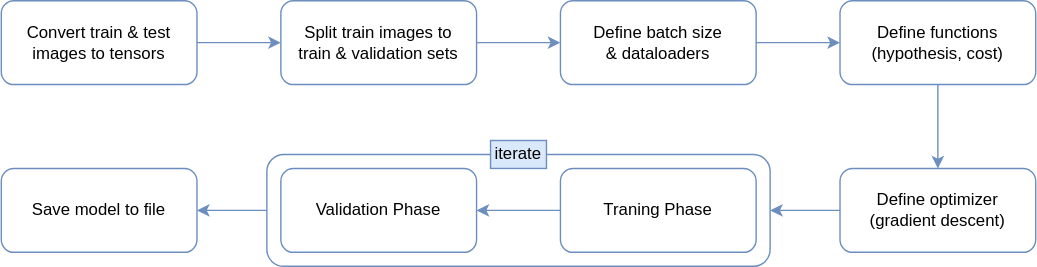
This is images/logistic_regression.svg from vuanhtuan1012/deep-learning-with-pytorch, a draw.io export, as it was before one commit. Source tidied: cells renumbered, new cells last; positions are measured from the earlier drawing's top-left corner, leaving out a move shared by most shapes.
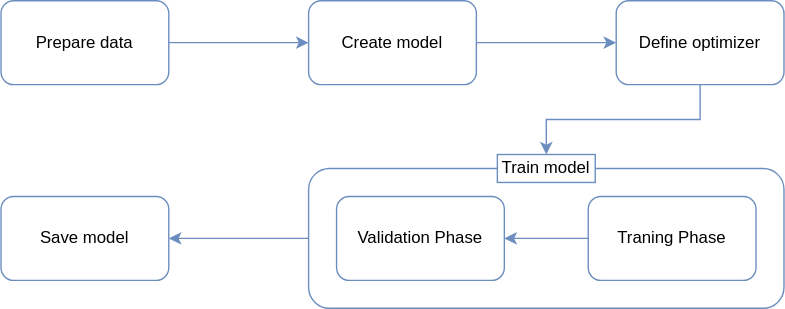
After the commit.

Commit message:
restructure logistic regression

Diff of the diagram source:
```diff
@@ -2,59 +2,44 @@
   <root>
     <mxCell id="0" />
     <mxCell id="1" parent="0" />
-    <mxCell id="2" style="group;" parent="1" vertex="1">
-      <mxGeometry width="740" height="190" as="geometry" />
-    </mxCell>
-    <mxCell id="3" value="Convert train &amp;amp; test images to tensors" style="rounded=1;whiteSpace=wrap;html=1;strokeColor=#6c8ebf;fillColor=none;" parent="2" vertex="1">
-      <mxGeometry width="140" height="60" as="geometry" />
+    <mxCell id="3" value="Prepare data" style="rounded=1;whiteSpace=wrap;html=1;strokeColor=#6c8ebf;fillColor=none;" parent="1" vertex="1">
+      <mxGeometry x="80" width="120" height="60" as="geometry" />
     </mxCell>
-    <mxCell id="4" value="Split train images to &lt;br&gt;train &amp;amp; validation sets" style="rounded=1;whiteSpace=wrap;html=1;strokeColor=#6c8ebf;fillColor=none;" parent="2" vertex="1">
-      <mxGeometry x="200" width="140" height="60" as="geometry" />
-    </mxCell>
-    <mxCell id="5" style="edgeStyle=orthogonalEdgeStyle;rounded=0;jettySize=auto;html=1;fillColor=#dae8fc;strokeColor=#6c8ebf;" parent="2" edge="1" source="3" target="4">
-      <mxGeometry relative="1" as="geometry" />
+    <mxCell id="5" style="edgeStyle=orthogonalEdgeStyle;rounded=0;jettySize=auto;html=1;fillColor=#dae8fc;strokeColor=#6c8ebf;entryX=0;entryY=0.5;entryDx=0;entryDy=0;" parent="1" edge="1" source="3" target="8">
+      <mxGeometry x="40" y="220" as="geometry" />
     </mxCell>
-    <mxCell id="6" value="Define batch size &lt;br&gt;&amp;amp; dataloaders" style="rounded=1;whiteSpace=wrap;html=1;strokeColor=#6c8ebf;fillColor=none;" parent="2" vertex="1">
-      <mxGeometry x="400" width="140" height="60" as="geometry" />
-    </mxCell>
-    <mxCell id="7" style="edgeStyle=orthogonalEdgeStyle;rounded=0;jettySize=auto;html=1;fillColor=#dae8fc;strokeColor=#6c8ebf;" parent="2" edge="1" source="4" target="6">
-      <mxGeometry relative="1" as="geometry" />
-    </mxCell>
-    <mxCell id="8" value="Define functions&lt;br&gt;(hypothesis, cost)" style="rounded=1;whiteSpace=wrap;html=1;strokeColor=#6c8ebf;fillColor=none;" parent="2" vertex="1">
-      <mxGeometry x="600" width="140" height="60" as="geometry" />
+    <mxCell id="8" value="Create model" style="rounded=1;whiteSpace=wrap;html=1;strokeColor=#6c8ebf;fillColor=none;" parent="1" vertex="1">
+      <mxGeometry x="300" width="120" height="60" as="geometry" />
     </mxCell>
-    <mxCell id="9" style="edgeStyle=orthogonalEdgeStyle;rounded=0;jettySize=auto;html=1;fillColor=#dae8fc;strokeColor=#6c8ebf;" parent="2" edge="1" source="6" target="8">
-      <mxGeometry relative="1" as="geometry" />
-    </mxCell>
+    <mxCell id="20" style="edgeStyle=orthogonalEdgeStyle;rounded=0;jettySize=auto;html=1;entryX=0.5;entryY=0;entryDx=0;entryDy=0;exitX=0.5;exitY=1;exitDx=0;exitDy=0;fillColor=#dae8fc;strokeColor=#6c8ebf;" parent="1" edge="1" source="10" target="19">
+      <mxGeometry relative="1" as="geometry" />
+    </mxCell>
-    <mxCell id="10" value="Define optimizer&lt;br&gt;(gradient descent)" style="rounded=1;whiteSpace=wrap;html=1;strokeColor=#6c8ebf;fillColor=none;" parent="2" vertex="1">
-      <mxGeometry x="600" y="120" width="140" height="60" as="geometry" />
+    <mxCell id="10" value="Define optimizer" style="rounded=1;whiteSpace=wrap;html=1;strokeColor=#6c8ebf;fillColor=none;" parent="1" vertex="1">
+      <mxGeometry x="520" width="120" height="60" as="geometry" />
     </mxCell>
-    <mxCell id="11" style="edgeStyle=orthogonalEdgeStyle;rounded=0;jettySize=auto;html=1;fillColor=#dae8fc;strokeColor=#6c8ebf;" parent="2" edge="1" source="8" target="10">
-      <mxGeometry relative="1" as="geometry" />
+    <mxCell id="11" style="edgeStyle=orthogonalEdgeStyle;rounded=0;jettySize=auto;html=1;fillColor=#dae8fc;strokeColor=#6c8ebf;" parent="1" edge="1" source="8" target="10">
+      <mxGeometry x="40" y="220" as="geometry" />
     </mxCell>
-    <mxCell id="12" value="Save model to file" style="rounded=1;whiteSpace=wrap;html=1;strokeColor=#6c8ebf;fillColor=none;" parent="2" vertex="1">
-      <mxGeometry y="120" width="140" height="60" as="geometry" />
+    <mxCell id="12" value="Save model" style="rounded=1;whiteSpace=wrap;html=1;strokeColor=#6c8ebf;fillColor=none;" parent="1" vertex="1">
+      <mxGeometry x="80" y="140" width="120" height="60" as="geometry" />
     </mxCell>
-    <mxCell id="13" style="edgeStyle=orthogonalEdgeStyle;rounded=0;jettySize=auto;html=1;fillColor=#dae8fc;strokeColor=#6c8ebf;" parent="2" edge="1" source="17" target="12">
-      <mxGeometry relative="1" as="geometry" />
+    <mxCell id="13" style="edgeStyle=orthogonalEdgeStyle;rounded=0;jettySize=auto;html=1;fillColor=#dae8fc;strokeColor=#6c8ebf;" parent="1" edge="1" source="17" target="12">
+      <mxGeometry x="40" y="240" as="geometry" />
     </mxCell>
-    <mxCell id="14" value="Traning Phase" style="rounded=1;whiteSpace=wrap;html=1;strokeColor=#6c8ebf;fillColor=none;" parent="2" vertex="1">
-      <mxGeometry x="400" y="120" width="140" height="60" as="geometry" />
+    <mxCell id="14" value="Traning Phase" style="rounded=1;whiteSpace=wrap;html=1;strokeColor=#6c8ebf;fillColor=none;" parent="1" vertex="1">
+      <mxGeometry x="500" y="140" width="120" height="60" as="geometry" />
     </mxCell>
-    <mxCell id="15" value="Validation Phase" style="rounded=1;whiteSpace=wrap;html=1;strokeColor=#6c8ebf;fillColor=none;" parent="2" vertex="1">
-      <mxGeometry x="200" y="120" width="140" height="60" as="geometry" />
+    <mxCell id="15" value="Validation Phase" style="rounded=1;whiteSpace=wrap;html=1;strokeColor=#6c8ebf;fillColor=none;" parent="1" vertex="1">
+      <mxGeometry x="320" y="140" width="120" height="60" as="geometry" />
     </mxCell>
-    <mxCell id="16" style="edgeStyle=orthogonalEdgeStyle;rounded=0;jettySize=auto;html=1;entryX=1;entryY=0.5;entryDx=0;entryDy=0;fillColor=#dae8fc;strokeColor=#6c8ebf;" parent="2" edge="1" source="14" target="15">
-      <mxGeometry relative="1" as="geometry" />
+    <mxCell id="16" style="edgeStyle=orthogonalEdgeStyle;rounded=0;jettySize=auto;html=1;entryX=1;entryY=0.5;entryDx=0;entryDy=0;fillColor=#dae8fc;strokeColor=#6c8ebf;" parent="1" edge="1" source="14" target="15">
+      <mxGeometry x="140" y="240" as="geometry" />
     </mxCell>
-    <mxCell id="17" style="rounded=1;whiteSpace=wrap;html=1;strokeColor=#6c8ebf;fillColor=none;" parent="2" vertex="1">
-      <mxGeometry x="190" y="110" width="360" height="80" as="geometry" />
+    <mxCell id="17" style="rounded=1;whiteSpace=wrap;html=1;strokeColor=#6c8ebf;fillColor=none;" parent="1" vertex="1">
+      <mxGeometry x="300" y="120" width="340" height="100" as="geometry" />
     </mxCell>
-    <mxCell id="18" style="edgeStyle=orthogonalEdgeStyle;rounded=0;jettySize=auto;html=1;exitX=0;exitY=0.5;exitDx=0;exitDy=0;entryX=1;entryY=0.5;entryDx=0;entryDy=0;fillColor=#dae8fc;strokeColor=#6c8ebf;" parent="2" edge="1" source="10" target="17">
-      <mxGeometry relative="1" as="geometry" />
-    </mxCell>
-    <mxCell id="19" value="iterate" style="text;html=1;strokeColor=#6c8ebf;fillColor=#dae8fc;align=center;verticalAlign=middle;whiteSpace=wrap;rounded=0;fontStyle=0;" parent="2" vertex="1">
-      <mxGeometry x="350" y="100" width="40" height="20" as="geometry" />
+    <mxCell id="19" value="Train model" style="text;html=1;strokeColor=#6c8ebf;align=center;verticalAlign=middle;whiteSpace=wrap;rounded=0;fontStyle=0;fillColor=#ffffff;" parent="1" vertex="1">
+      <mxGeometry x="435" y="110" width="70" height="20" as="geometry" />
     </mxCell>
   </root>
 </mxGraphModel>
```
